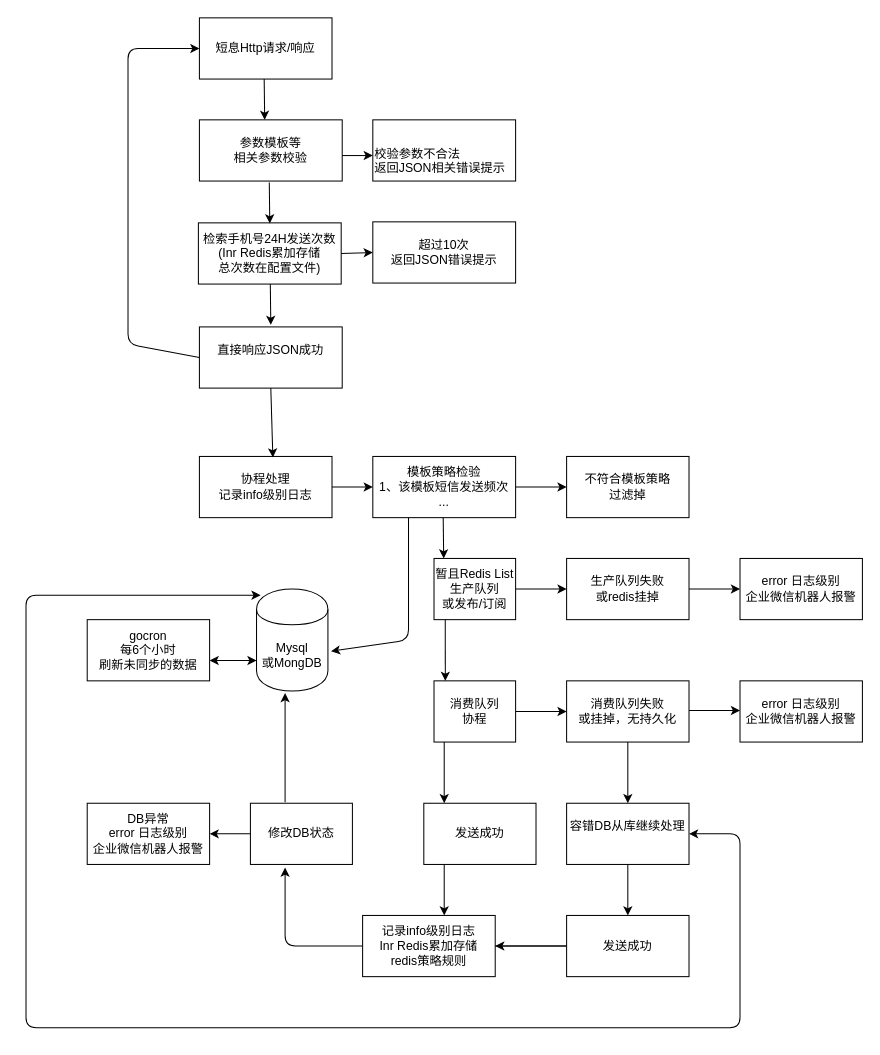
The draw.io diagram NewSMS.drawio in akun87/activity, before the edit. Source tidied: cells renumbered, new cells numbered last; positions are measured from the earlier drawing's top-left corner, leaving out a move shared by most shapes. Both pictures are drawn from the tidied source at 102%, with x=0, y=0 at pixel (26, 17).
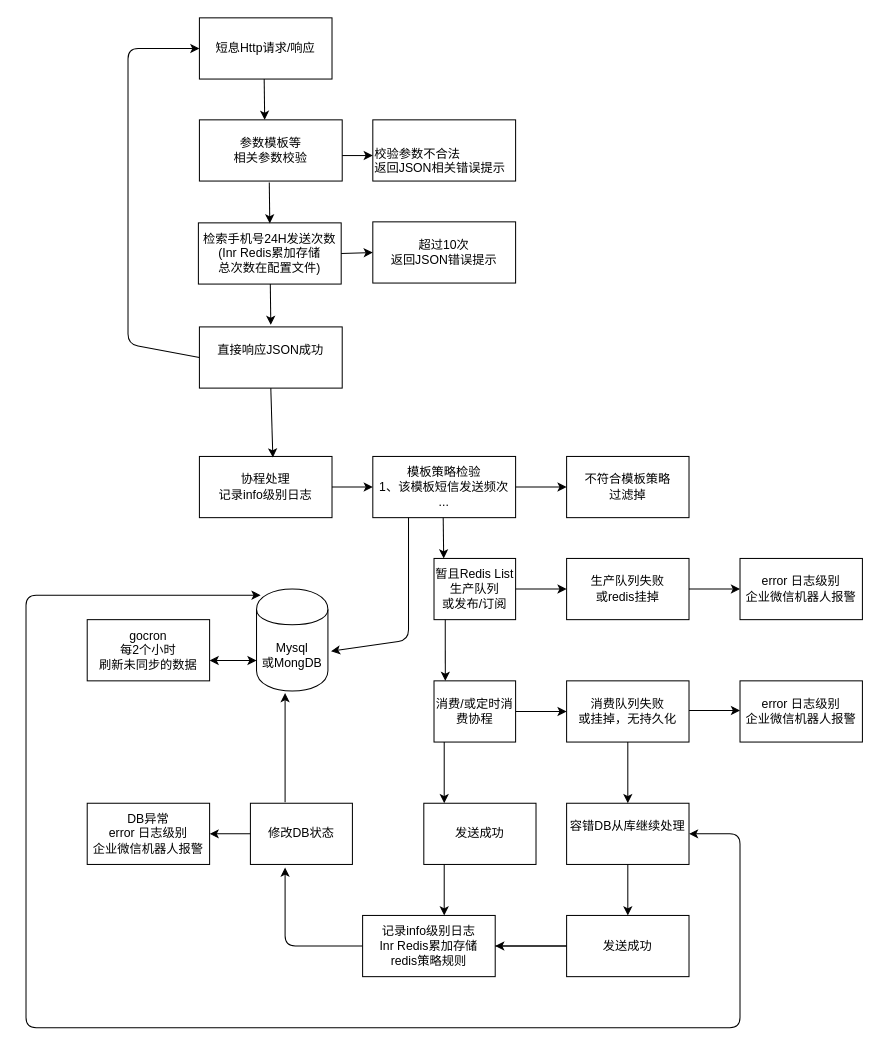
After the change.

What changed in the source:
```diff
@@
-    <mxCell id="15" value="&lt;div&gt;消费队列&lt;/div&gt;&lt;div&gt;协程&lt;br&gt;&lt;/div&gt;" style="rounded=0;whiteSpace=wrap;html=1;" parent="1" vertex="1">
+    <mxCell id="15" value="&lt;div&gt;消费/或定时消费协程&lt;/div&gt;" style="rounded=0;whiteSpace=wrap;html=1;" parent="1" vertex="1">
       <mxGeometry x="400" y="650" width="80" height="60" as="geometry" />
     </mxCell>
@@
-    <mxCell id="46" value="&lt;div&gt;gocron&lt;/div&gt;&lt;div&gt;每6个小时&lt;/div&gt;&lt;div&gt;刷新未同步的数据&lt;br&gt;&lt;/div&gt;" style="rounded=0;whiteSpace=wrap;html=1;" parent="1" vertex="1">
+    <mxCell id="46" value="&lt;div&gt;gocron&lt;/div&gt;&lt;div&gt;每2个小时&lt;/div&gt;&lt;div&gt;刷新未同步的数据&lt;br&gt;&lt;/div&gt;" style="rounded=0;whiteSpace=wrap;html=1;" parent="1" vertex="1">
       <mxGeometry x="60" y="590" width="120" height="60" as="geometry" />
     </mxCell>
```
